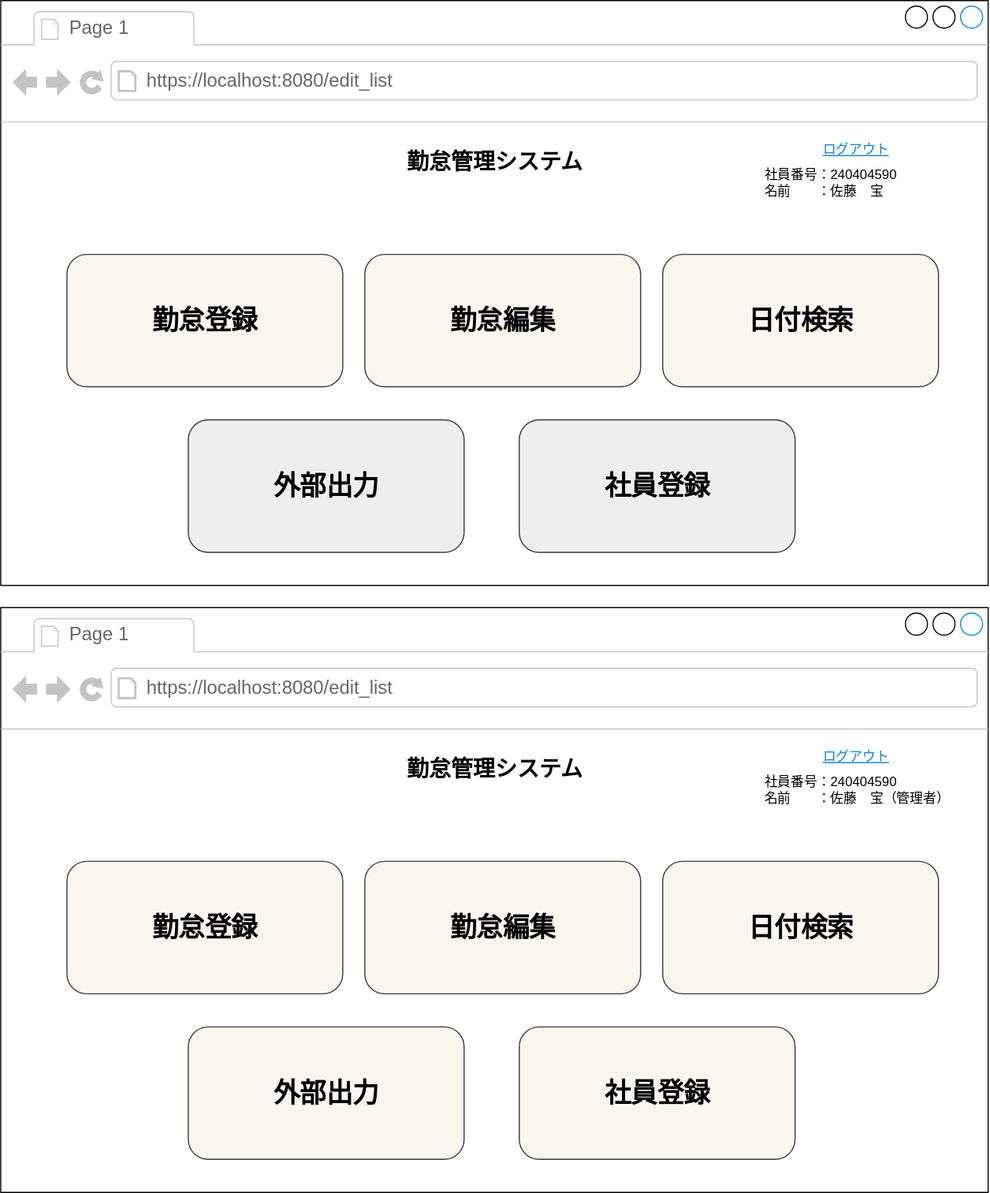
The draw.io diagram 基本設計/画面設計図/01_home(top).drawio.svg in ICT-Training-2026/team-project-15, before a commit. Source tidied: cells renumbered, new cells last; positions are measured from the earlier drawing's top-left corner, leaving out a move shared by most shapes.
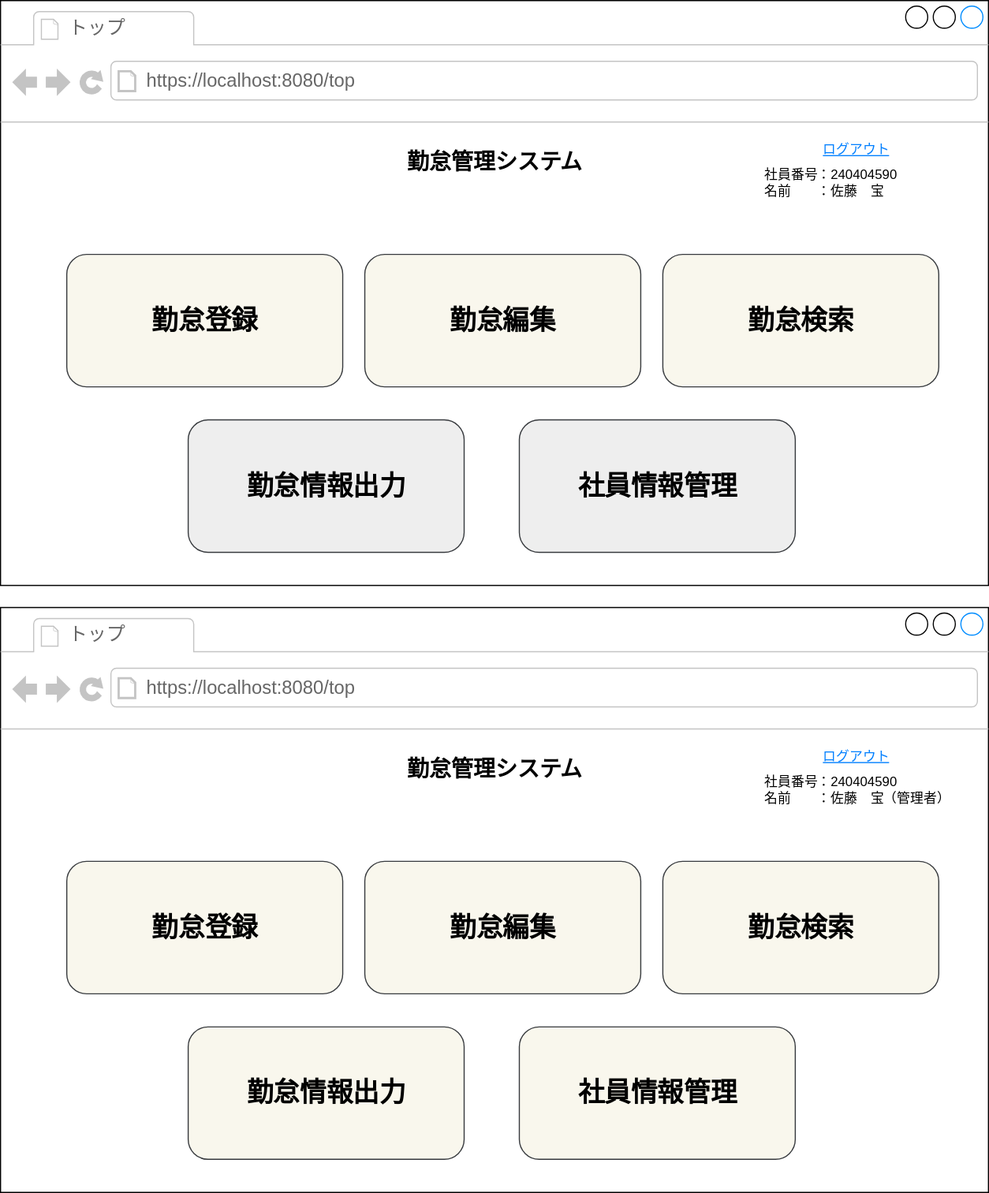
The same file after the commit.

Change to the diagram source:
```diff
@@ -5,10 +5,10 @@
     <mxCell id="2" style="strokeWidth=1;shadow=0;dashed=0;align=center;html=1;shape=mxgraph.mockup.containers.browserWindow;rSize=0;strokeColor2=#008cff;strokeColor3=#c4c4c4;mainText=,;" parent="1" vertex="1">
       <mxGeometry width="895" height="530" as="geometry" />
     </mxCell>
-    <mxCell id="3" value="Page 1" style="strokeWidth=1;shadow=0;dashed=0;align=center;html=1;shape=mxgraph.mockup.containers.anchor;fontSize=17;fontColor=#666666;align=left;whiteSpace=wrap;" parent="2" vertex="1">
+    <mxCell id="3" value="トップ" style="strokeWidth=1;shadow=0;dashed=0;align=center;html=1;shape=mxgraph.mockup.containers.anchor;fontSize=17;fontColor=#666666;align=left;whiteSpace=wrap;" parent="2" vertex="1">
       <mxGeometry x="60" y="12" width="110" height="26" as="geometry" />
     </mxCell>
-    <mxCell id="4" value="https://localhost:8080/edit_list" style="strokeWidth=1;shadow=0;dashed=0;align=center;html=1;shape=mxgraph.mockup.containers.anchor;rSize=0;fontSize=17;fontColor=#666666;align=left;" parent="2" vertex="1">
+    <mxCell id="4" value="https://localhost:8080/top" style="strokeWidth=1;shadow=0;dashed=0;align=center;html=1;shape=mxgraph.mockup.containers.anchor;rSize=0;fontSize=17;fontColor=#666666;align=left;" parent="2" vertex="1">
       <mxGeometry x="130" y="60" width="250" height="26" as="geometry" />
     </mxCell>
     <mxCell id="5" value="&lt;font color=&quot;#007fff&quot;&gt;&lt;u&gt;ログアウト&lt;/u&gt;&lt;/font&gt;" style="text;html=1;align=center;verticalAlign=middle;whiteSpace=wrap;rounded=0;" parent="2" vertex="1">
@@ -26,22 +26,22 @@
     <mxCell id="9" value="&lt;font style=&quot;font-size: 24px;&quot;&gt;&lt;b&gt;勤怠編集&lt;/b&gt;&lt;/font&gt;" style="rounded=1;whiteSpace=wrap;html=1;fillColor=#f9f7ed;strokeColor=#36393d;" parent="2" vertex="1">
       <mxGeometry x="330" y="230" width="250" height="120" as="geometry" />
     </mxCell>
-    <mxCell id="10" value="&lt;font style=&quot;font-size: 24px;&quot;&gt;&lt;b&gt;日付検索&lt;/b&gt;&lt;/font&gt;" style="rounded=1;whiteSpace=wrap;html=1;fillColor=#f9f7ed;strokeColor=#36393d;" parent="2" vertex="1">
+    <mxCell id="10" value="&lt;font style=&quot;font-size: 24px;&quot;&gt;&lt;b&gt;勤怠検索&lt;/b&gt;&lt;/font&gt;" style="rounded=1;whiteSpace=wrap;html=1;fillColor=#f9f7ed;strokeColor=#36393d;" parent="2" vertex="1">
       <mxGeometry x="600" y="230" width="250" height="120" as="geometry" />
     </mxCell>
-    <mxCell id="11" value="&lt;font style=&quot;font-size: 24px;&quot;&gt;&lt;b&gt;外部出力&lt;/b&gt;&lt;/font&gt;" style="rounded=1;whiteSpace=wrap;html=1;fillColor=#eeeeee;strokeColor=#36393d;" parent="2" vertex="1">
+    <mxCell id="11" value="&lt;span style=&quot;font-size: 24px;&quot;&gt;&lt;b&gt;勤怠情報出力&lt;/b&gt;&lt;/span&gt;" style="rounded=1;whiteSpace=wrap;html=1;fillColor=#eeeeee;strokeColor=#36393d;" parent="2" vertex="1">
       <mxGeometry x="170" y="380" width="250" height="120" as="geometry" />
     </mxCell>
-    <mxCell id="12" value="&lt;font style=&quot;font-size: 24px;&quot;&gt;&lt;b&gt;社員登録&lt;/b&gt;&lt;/font&gt;" style="rounded=1;whiteSpace=wrap;html=1;fillColor=#eeeeee;strokeColor=#36393d;" parent="2" vertex="1">
+    <mxCell id="12" value="&lt;font style=&quot;font-size: 24px;&quot;&gt;&lt;b&gt;社員情報管理&lt;/b&gt;&lt;/font&gt;" style="rounded=1;whiteSpace=wrap;html=1;fillColor=#eeeeee;strokeColor=#36393d;" parent="2" vertex="1">
       <mxGeometry x="470" y="380" width="250" height="120" as="geometry" />
     </mxCell>
     <mxCell id="13" style="strokeWidth=1;shadow=0;dashed=0;align=center;html=1;shape=mxgraph.mockup.containers.browserWindow;rSize=0;strokeColor2=#008cff;strokeColor3=#c4c4c4;mainText=,;" parent="1" vertex="1">
       <mxGeometry y="550" width="895" height="530" as="geometry" />
     </mxCell>
-    <mxCell id="14" value="Page 1" style="strokeWidth=1;shadow=0;dashed=0;align=center;html=1;shape=mxgraph.mockup.containers.anchor;fontSize=17;fontColor=#666666;align=left;whiteSpace=wrap;" parent="13" vertex="1">
+    <mxCell id="14" value="トップ" style="strokeWidth=1;shadow=0;dashed=0;align=center;html=1;shape=mxgraph.mockup.containers.anchor;fontSize=17;fontColor=#666666;align=left;whiteSpace=wrap;" parent="13" vertex="1">
       <mxGeometry x="60" y="12" width="110" height="26" as="geometry" />
     </mxCell>
-    <mxCell id="15" value="https://localhost:8080/edit_list" style="strokeWidth=1;shadow=0;dashed=0;align=center;html=1;shape=mxgraph.mockup.containers.anchor;rSize=0;fontSize=17;fontColor=#666666;align=left;" parent="13" vertex="1">
+    <mxCell id="15" value="https://localhost:8080/top" style="strokeWidth=1;shadow=0;dashed=0;align=center;html=1;shape=mxgraph.mockup.containers.anchor;rSize=0;fontSize=17;fontColor=#666666;align=left;" parent="13" vertex="1">
       <mxGeometry x="130" y="60" width="250" height="26" as="geometry" />
     </mxCell>
     <mxCell id="16" value="&lt;font color=&quot;#007fff&quot;&gt;&lt;u&gt;ログアウト&lt;/u&gt;&lt;/font&gt;" style="text;html=1;align=center;verticalAlign=middle;whiteSpace=wrap;rounded=0;" parent="13" vertex="1">
@@ -59,13 +59,13 @@
     <mxCell id="20" value="&lt;font style=&quot;font-size: 24px;&quot;&gt;&lt;b&gt;勤怠編集&lt;/b&gt;&lt;/font&gt;" style="rounded=1;whiteSpace=wrap;html=1;fillColor=#f9f7ed;strokeColor=#36393d;" parent="13" vertex="1">
       <mxGeometry x="330" y="230" width="250" height="120" as="geometry" />
     </mxCell>
-    <mxCell id="21" value="&lt;font style=&quot;font-size: 24px;&quot;&gt;&lt;b&gt;日付検索&lt;/b&gt;&lt;/font&gt;" style="rounded=1;whiteSpace=wrap;html=1;fillColor=#f9f7ed;strokeColor=#36393d;" parent="13" vertex="1">
+    <mxCell id="21" value="&lt;font style=&quot;font-size: 24px;&quot;&gt;&lt;b&gt;勤怠検索&lt;/b&gt;&lt;/font&gt;" style="rounded=1;whiteSpace=wrap;html=1;fillColor=#f9f7ed;strokeColor=#36393d;" parent="13" vertex="1">
       <mxGeometry x="600" y="230" width="250" height="120" as="geometry" />
     </mxCell>
-    <mxCell id="22" value="&lt;font style=&quot;font-size: 24px;&quot;&gt;&lt;b&gt;外部出力&lt;/b&gt;&lt;/font&gt;" style="rounded=1;whiteSpace=wrap;html=1;fillColor=#f9f7ed;strokeColor=#36393d;" parent="13" vertex="1">
+    <mxCell id="22" value="&lt;span style=&quot;font-size: 24px;&quot;&gt;&lt;b&gt;勤怠情報出力&lt;/b&gt;&lt;/span&gt;" style="rounded=1;whiteSpace=wrap;html=1;fillColor=#f9f7ed;strokeColor=#36393d;" parent="13" vertex="1">
       <mxGeometry x="170" y="380" width="250" height="120" as="geometry" />
     </mxCell>
-    <mxCell id="23" value="&lt;font style=&quot;font-size: 24px;&quot;&gt;&lt;b&gt;社員登録&lt;/b&gt;&lt;/font&gt;" style="rounded=1;whiteSpace=wrap;html=1;fillColor=#f9f7ed;strokeColor=#36393d;" parent="13" vertex="1">
+    <mxCell id="23" value="&lt;font style=&quot;font-size: 24px;&quot;&gt;&lt;b&gt;社員情報管理&lt;/b&gt;&lt;/font&gt;" style="rounded=1;whiteSpace=wrap;html=1;fillColor=#f9f7ed;strokeColor=#36393d;" parent="13" vertex="1">
       <mxGeometry x="470" y="380" width="250" height="120" as="geometry" />
     </mxCell>
   </root>
```
